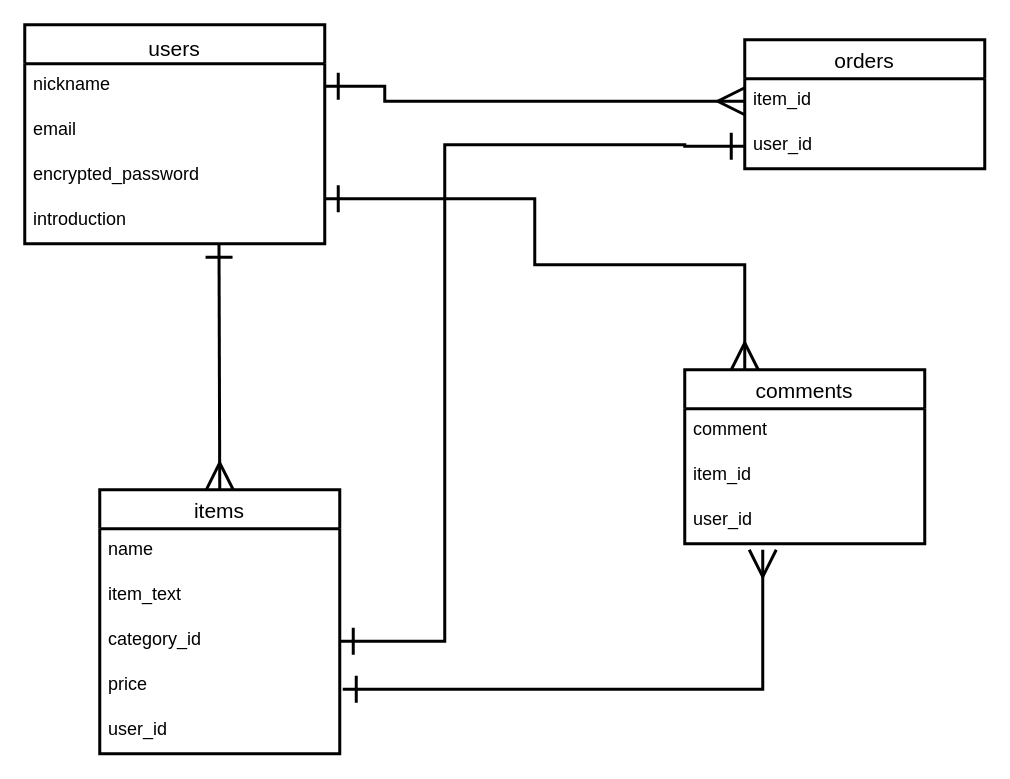
Before: ER図.dio in haru3229/douzo, a draw.io diagram. Source tidied: cells renumbered, new cells numbered last; positions are measured from the earlier drawing's top-left corner, leaving out a move shared by most shapes. Both pictures are drawn from the tidied source at 150%, with x=0, y=0 at pixel (24, 24).
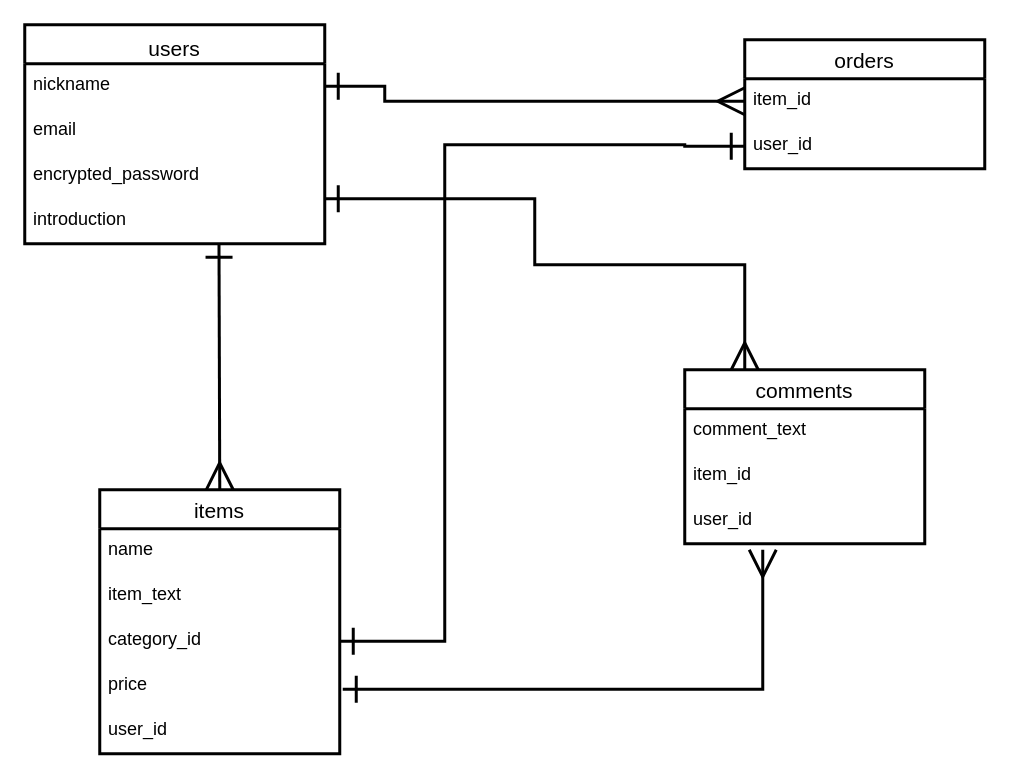
Above is the later version.

Unchanged cells that the change refers to:
```xml
<mxCell id="10" value="comments" style="swimlane;fontStyle=0;horizontal=1;startSize=26;align=center;fontSize=14;strokeWidth=2;" parent="1" vertex="1">
  <mxGeometry x="440" y="230" width="160" height="116" as="geometry" />
</mxCell>
```

What changed in the source:
```diff
@@
-    <mxCell id="11" value="comment" style="text;strokeColor=none;fillColor=none;spacingLeft=4;spacingRight=4;overflow=hidden;fontSize=12;" parent="10" vertex="1">
+    <mxCell id="11" value="comment_text" style="text;strokeColor=none;fillColor=none;spacingLeft=4;spacingRight=4;overflow=hidden;fontSize=12;" parent="10" vertex="1">
       <mxGeometry y="26" width="160" height="30" as="geometry" />
     </mxCell>
```
